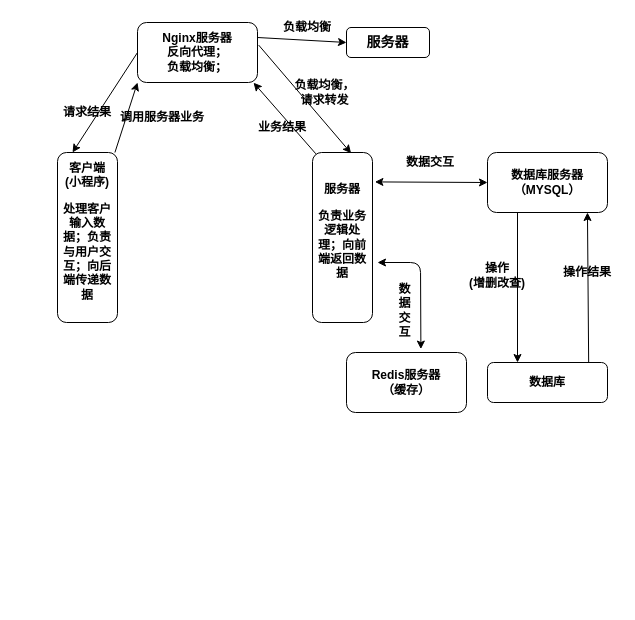
This is 总体架构图.drawio from geoffrey-h/code, a draw.io file, before an edit. Source tidied: cells renumbered, new cells numbered last; positions are measured from the earlier drawing's top-left corner, leaving out a move shared by most shapes. Both pictures are drawn from the tidied source at 100%, with x=0, y=0 at pixel (17, 17).
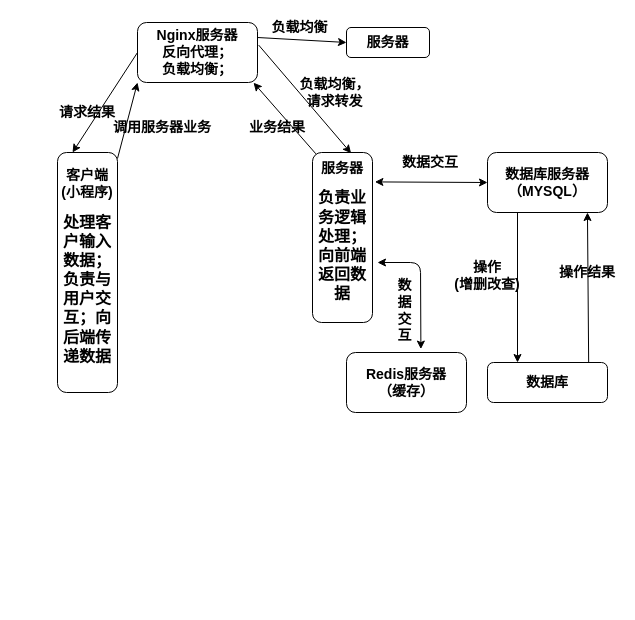
After the change.

Commit message:
更新总体架构图.drawio

Diff of the diagram source:
```diff
@@
-    <mxCell id="3" value="&lt;b&gt;客户端&lt;br&gt;(小程序)&lt;br&gt;&lt;/b&gt;&lt;p&gt;&lt;b&gt;&lt;span&gt;&lt;font face=&quot;宋体&quot;&gt;处理客户输入数据&lt;/font&gt;&lt;/span&gt;&lt;span&gt;&lt;font face=&quot;宋体&quot;&gt;；&lt;/font&gt;&lt;/span&gt;&lt;span&gt;&lt;font face=&quot;宋体&quot;&gt;负责与用户交互；向后端传递数据&lt;/font&gt;&lt;/span&gt;&lt;/b&gt;&lt;/p&gt;" style="rounded=1;whiteSpace=wrap;html=1;direction=south;" parent="1" vertex="1">
-      <mxGeometry x="40" y="135" width="60" height="170" as="geometry" />
+    <mxCell id="3" value="&lt;b&gt;&lt;font style=&quot;font-size: 14px&quot; face=&quot;宋体&quot;&gt;客户端&lt;br&gt;(小程序)&lt;br&gt;&lt;/font&gt;&lt;/b&gt;&lt;p&gt;&lt;b&gt;&lt;font size=&quot;3&quot;&gt;&lt;span&gt;&lt;font face=&quot;宋体&quot;&gt;处理客户输入数据&lt;/font&gt;&lt;/span&gt;&lt;span&gt;&lt;font face=&quot;宋体&quot;&gt;；&lt;/font&gt;&lt;/span&gt;&lt;span&gt;&lt;font face=&quot;宋体&quot;&gt;负责与用户交互；向后端传递数据&lt;/font&gt;&lt;/span&gt;&lt;/font&gt;&lt;/b&gt;&lt;/p&gt;" style="rounded=1;whiteSpace=wrap;html=1;direction=south;" parent="1" vertex="1">
+      <mxGeometry x="40" y="135" width="60" height="240" as="geometry" />
     </mxCell>
-    <mxCell id="4" value="&lt;b&gt;服务器&lt;br&gt;&lt;/b&gt;&lt;p&gt;&lt;b&gt;&lt;span&gt;&lt;font face=&quot;宋体&quot;&gt;负责业务逻辑处理&lt;/font&gt;&lt;/span&gt;&lt;span&gt;&lt;font face=&quot;宋体&quot;&gt;；&lt;/font&gt;&lt;/span&gt;&lt;span&gt;&lt;font face=&quot;宋体&quot;&gt;向前端返回数据&lt;/font&gt;&lt;/span&gt;&lt;/b&gt;&lt;/p&gt;" style="rounded=1;whiteSpace=wrap;html=1;direction=south;" parent="1" vertex="1">
+    <mxCell id="4" value="&lt;b&gt;&lt;font style=&quot;font-size: 14px&quot; face=&quot;宋体&quot;&gt;服务器&lt;br&gt;&lt;/font&gt;&lt;/b&gt;&lt;p&gt;&lt;b&gt;&lt;font size=&quot;3&quot;&gt;&lt;span&gt;&lt;font face=&quot;宋体&quot;&gt;负责业务逻辑处理&lt;/font&gt;&lt;/span&gt;&lt;span&gt;&lt;font face=&quot;宋体&quot;&gt;；&lt;/font&gt;&lt;/span&gt;&lt;span&gt;&lt;font face=&quot;宋体&quot;&gt;向前端返回数据&lt;/font&gt;&lt;/span&gt;&lt;/font&gt;&lt;/b&gt;&lt;/p&gt;" style="rounded=1;whiteSpace=wrap;html=1;direction=south;" parent="1" vertex="1">
       <mxGeometry x="295" y="135" width="60" height="170" as="geometry" />
     </mxCell>
-    <mxCell id="5" value="&lt;b&gt;数据库服务器（MYSQL）&lt;/b&gt;" style="rounded=1;whiteSpace=wrap;html=1;" parent="1" vertex="1">
+    <mxCell id="5" value="&lt;b&gt;&lt;font style=&quot;font-size: 14px&quot; face=&quot;宋体&quot;&gt;数据库服务器（MYSQL）&lt;/font&gt;&lt;/b&gt;" style="rounded=1;whiteSpace=wrap;html=1;" parent="1" vertex="1">
       <mxGeometry x="470" y="135" width="120" height="60" as="geometry" />
     </mxCell>
-    <mxCell id="6" value="&lt;b&gt;数据库&lt;/b&gt;" style="rounded=1;whiteSpace=wrap;html=1;" parent="1" vertex="1">
+    <mxCell id="6" value="&lt;b&gt;&lt;font style=&quot;font-size: 14px&quot; face=&quot;宋体&quot;&gt;数据库&lt;/font&gt;&lt;/b&gt;" style="rounded=1;whiteSpace=wrap;html=1;" parent="1" vertex="1">
       <mxGeometry x="470" y="345" width="120" height="40" as="geometry" />
     </mxCell>
@@
-    <mxCell id="8" value="&lt;b&gt;操作&lt;br&gt;(增删改查)&lt;/b&gt;" style="text;html=1;strokeColor=none;fillColor=none;align=center;verticalAlign=middle;whiteSpace=wrap;rounded=0;" parent="1" vertex="1">
-      <mxGeometry x="450" y="220" width="60" height="75" as="geometry" />
+    <mxCell id="8" value="&lt;b&gt;&lt;font style=&quot;font-size: 14px&quot; face=&quot;宋体&quot;&gt;操作&lt;br&gt;(增删改查)&lt;/font&gt;&lt;/b&gt;" style="text;html=1;strokeColor=none;fillColor=none;align=center;verticalAlign=middle;whiteSpace=wrap;rounded=0;" parent="1" vertex="1">
+      <mxGeometry x="430" y="220" width="80" height="75" as="geometry" />
     </mxCell>
@@
-    <mxCell id="10" value="&lt;b&gt;操作结果&lt;/b&gt;" style="text;html=1;strokeColor=none;fillColor=none;align=center;verticalAlign=middle;whiteSpace=wrap;rounded=0;" parent="1" vertex="1">
+    <mxCell id="10" value="&lt;b&gt;&lt;font style=&quot;font-size: 14px&quot; face=&quot;宋体&quot;&gt;操作结果&lt;/font&gt;&lt;/b&gt;" style="text;html=1;strokeColor=none;fillColor=none;align=center;verticalAlign=middle;whiteSpace=wrap;rounded=0;" parent="1" vertex="1">
       <mxGeometry x="540" y="245" width="60" height="20" as="geometry" />
     </mxCell>
@@
-    <mxCell id="12" value="&lt;b&gt;数据交互&lt;/b&gt;" style="text;html=1;strokeColor=none;fillColor=none;align=center;verticalAlign=middle;whiteSpace=wrap;rounded=0;" parent="1" vertex="1">
+    <mxCell id="12" value="&lt;b&gt;&lt;font style=&quot;font-size: 14px&quot; face=&quot;宋体&quot;&gt;数据交互&lt;/font&gt;&lt;/b&gt;" style="text;html=1;strokeColor=none;fillColor=none;align=center;verticalAlign=middle;whiteSpace=wrap;rounded=0;" parent="1" vertex="1">
       <mxGeometry x="377.5" y="135" width="70" height="20" as="geometry" />
     </mxCell>
-    <mxCell id="13" value="&lt;b&gt;Redis服务器&lt;br&gt;（缓存）&lt;/b&gt;&lt;br&gt;" style="rounded=1;whiteSpace=wrap;html=1;" parent="1" vertex="1">
+    <mxCell id="13" value="&lt;b&gt;&lt;font style=&quot;font-size: 14px&quot; face=&quot;宋体&quot;&gt;Redis服务器&lt;br&gt;（缓存）&lt;/font&gt;&lt;/b&gt;&lt;br&gt;" style="rounded=1;whiteSpace=wrap;html=1;" parent="1" vertex="1">
       <mxGeometry x="329" y="335" width="120" height="60" as="geometry" />
     </mxCell>
@@
-    <mxCell id="15" value="&lt;b&gt;数据交互&lt;/b&gt;" style="text;html=1;strokeColor=none;fillColor=none;align=center;verticalAlign=middle;whiteSpace=wrap;rounded=0;" parent="1" vertex="1">
+    <mxCell id="15" value="&lt;b&gt;&lt;font style=&quot;font-size: 14px&quot; face=&quot;宋体&quot;&gt;数据交互&lt;/font&gt;&lt;/b&gt;" style="text;html=1;strokeColor=none;fillColor=none;align=center;verticalAlign=middle;whiteSpace=wrap;rounded=0;" parent="1" vertex="1">
       <mxGeometry x="375" y="263" width="25" height="60" as="geometry" />
     </mxCell>
-    <mxCell id="16" value="&lt;b&gt;Nginx服务器&lt;br&gt;反向代理；&lt;br&gt;负载均衡；&lt;/b&gt;&lt;br&gt;" style="rounded=1;whiteSpace=wrap;html=1;" parent="1" vertex="1">
+    <mxCell id="16" value="&lt;b&gt;&lt;font face=&quot;宋体&quot; style=&quot;font-size: 14px&quot;&gt;Nginx服务器&lt;br&gt;反向代理；&lt;br&gt;负载均衡；&lt;/font&gt;&lt;/b&gt;&lt;br&gt;" style="rounded=1;whiteSpace=wrap;html=1;" parent="1" vertex="1">
       <mxGeometry x="120" y="5" width="120" height="60" as="geometry" />
     </mxCell>
@@
-    <mxCell id="18" value="&lt;b&gt;调用服务器业务&lt;/b&gt;" style="text;html=1;strokeColor=none;fillColor=none;align=center;verticalAlign=middle;whiteSpace=wrap;rounded=0;" parent="1" vertex="1">
-      <mxGeometry x="90" y="85" width="110" height="30" as="geometry" />
+    <mxCell id="18" value="&lt;b&gt;&lt;font style=&quot;font-size: 14px&quot; face=&quot;宋体&quot;&gt;调用服务器业务&lt;/font&gt;&lt;/b&gt;" style="text;html=1;strokeColor=none;fillColor=none;align=center;verticalAlign=middle;whiteSpace=wrap;rounded=0;" parent="1" vertex="1">
+      <mxGeometry x="90" y="95" width="110" height="30" as="geometry" />
     </mxCell>
@@
-    <mxCell id="20" value="&lt;b&gt;&lt;font style=&quot;font-size: 14px&quot;&gt;服务器&lt;/font&gt;&lt;/b&gt;" style="rounded=1;whiteSpace=wrap;html=1;" parent="1" vertex="1">
+    <mxCell id="20" value="&lt;b&gt;&lt;font style=&quot;font-size: 14px&quot; face=&quot;宋体&quot;&gt;服务器&lt;/font&gt;&lt;/b&gt;" style="rounded=1;whiteSpace=wrap;html=1;" parent="1" vertex="1">
       <mxGeometry x="329" y="10" width="83" height="30" as="geometry" />
     </mxCell>
@@
-    <mxCell id="22" value="&lt;b&gt;负载均衡，请求转发&lt;/b&gt;" style="text;html=1;strokeColor=none;fillColor=none;align=center;verticalAlign=middle;whiteSpace=wrap;rounded=0;" parent="1" vertex="1">
-      <mxGeometry x="275" y="55" width="65" height="40" as="geometry" />
+    <mxCell id="22" value="&lt;b&gt;&lt;font style=&quot;font-size: 14px&quot; face=&quot;宋体&quot;&gt;负载均衡，请求转发&lt;/font&gt;&lt;/b&gt;" style="text;html=1;strokeColor=none;fillColor=none;align=center;verticalAlign=middle;whiteSpace=wrap;rounded=0;" parent="1" vertex="1">
+      <mxGeometry x="275" y="55" width="85" height="40" as="geometry" />
     </mxCell>
-    <mxCell id="23" value="&lt;b&gt;负载均衡&lt;/b&gt;" style="text;html=1;strokeColor=none;fillColor=none;align=center;verticalAlign=middle;whiteSpace=wrap;rounded=0;" parent="1" vertex="1">
-      <mxGeometry x="265" width="50" height="20" as="geometry" />
+    <mxCell id="23" value="&lt;b&gt;&lt;font style=&quot;font-size: 14px&quot; face=&quot;宋体&quot;&gt;负载均衡&lt;/font&gt;&lt;/b&gt;" style="text;html=1;strokeColor=none;fillColor=none;align=center;verticalAlign=middle;whiteSpace=wrap;rounded=0;" parent="1" vertex="1">
+      <mxGeometry x="250" width="65" height="20" as="geometry" />
     </mxCell>
@@
-    <mxCell id="25" value="&lt;b&gt;请求结果&lt;/b&gt;" style="text;html=1;strokeColor=none;fillColor=none;align=center;verticalAlign=middle;whiteSpace=wrap;rounded=0;" parent="1" vertex="1">
+    <mxCell id="25" value="&lt;b&gt;&lt;font style=&quot;font-size: 14px&quot; face=&quot;宋体&quot;&gt;请求结果&lt;/font&gt;&lt;/b&gt;" style="text;html=1;strokeColor=none;fillColor=none;align=center;verticalAlign=middle;whiteSpace=wrap;rounded=0;" parent="1" vertex="1">
       <mxGeometry x="40" y="85" width="60" height="20" as="geometry" />
     </mxCell>
-    <mxCell id="26" value="&lt;b&gt;业务结果&lt;/b&gt;" style="text;html=1;strokeColor=none;fillColor=none;align=center;verticalAlign=middle;whiteSpace=wrap;rounded=0;" parent="1" vertex="1">
-      <mxGeometry x="240" y="95" width="50" height="30" as="geometry" />
+    <mxCell id="26" value="&lt;b&gt;&lt;font style=&quot;font-size: 14px&quot; face=&quot;宋体&quot;&gt;业务结果&lt;/font&gt;&lt;/b&gt;" style="text;html=1;strokeColor=none;fillColor=none;align=center;verticalAlign=middle;whiteSpace=wrap;rounded=0;" parent="1" vertex="1">
+      <mxGeometry x="230" y="95" width="60" height="30" as="geometry" />
     </mxCell>
```
